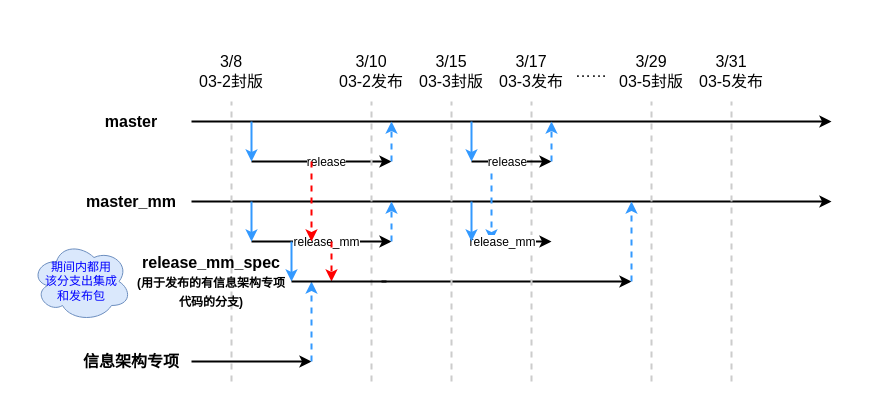
The draw.io diagram 信息架构分支发布.drawio in Cmdone/Draw.io, before the edit. Source tidied: cells renumbered, new cells numbered last; positions are measured from the earlier drawing's top-left corner, leaving out a move shared by most shapes. Both pictures are drawn from the tidied source at 100%, with x=0, y=0 at pixel (31, 41).
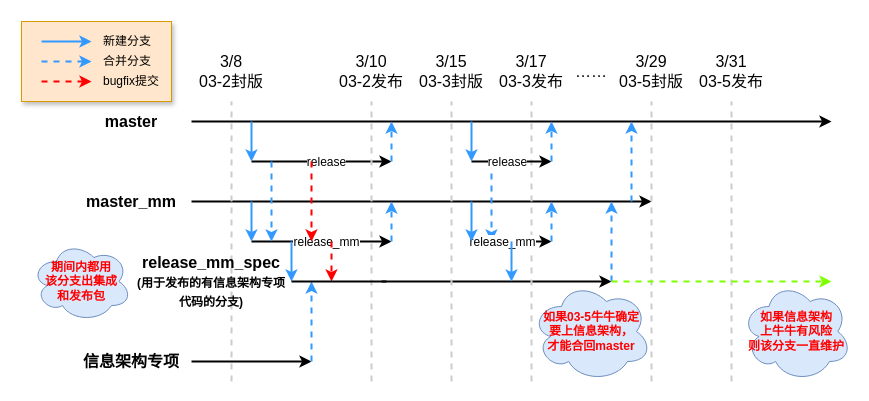
After the change.

Commit message:
Update 信息架构分支发布.drawio

Diff of the diagram source:
```diff
@@
+    <mxCell id="46" style="rounded=0;whiteSpace=wrap;html=1;fontSize=12;strokeColor=#d79b00;fillColor=#ffe6cc;shadow=1;" parent="1" vertex="1">
+      <mxGeometry x="-10" y="-20" width="150" height="80" as="geometry" />
+    </mxCell>
@@
     <mxCell id="4" style="endArrow=classic;html=1;rounded=0;strokeWidth=2;" parent="1" edge="1">
       <mxGeometry relative="1" as="geometry">
         <mxPoint x="160" y="160" as="sourcePoint" />
-        <mxPoint x="800" y="160" as="targetPoint" />
+        <mxPoint x="620" y="160" as="targetPoint" />
       </mxGeometry>
     </mxCell>
@@
     <mxCell id="17" style="endArrow=classic;html=1;rounded=0;strokeWidth=2;startArrow=none;" parent="1" edge="1">
       <mxGeometry relative="1" as="geometry">
         <mxPoint x="350" y="240" as="sourcePoint" />
-        <mxPoint x="600" y="240" as="targetPoint" />
+        <mxPoint x="580" y="240" as="targetPoint" />
       </mxGeometry>
     </mxCell>
@@
-    <mxCell id="32" value="期间内都用&lt;br&gt;该分支出集成&lt;br&gt;和发布包" style="ellipse;shape=cloud;whiteSpace=wrap;html=1;fontSize=12;fontStyle=0;fillColor=#dae8fc;strokeColor=#6c8ebf;fontColor=#0000FF;" parent="1" vertex="1">
+    <mxCell id="32" value="&lt;font color=&quot;#ff0000&quot;&gt;期间内都用&lt;br&gt;该分支出集成&lt;br&gt;和发布包&lt;/font&gt;" style="ellipse;shape=cloud;whiteSpace=wrap;html=1;fontSize=12;fontStyle=1;fillColor=#dae8fc;strokeColor=#6c8ebf;fontColor=#0000FF;" parent="1" vertex="1">
       <mxGeometry y="200" width="100" height="80" as="geometry" />
     </mxCell>
@@
     <mxCell id="39" style="endArrow=classic;html=1;rounded=0;strokeWidth=2;strokeColor=#3399FF;dashed=1;" parent="1" edge="1">
       <mxGeometry relative="1" as="geometry">
-        <mxPoint x="600" y="240" as="sourcePoint" />
-        <mxPoint x="600" y="160" as="targetPoint" />
+        <mxPoint x="580" y="240" as="sourcePoint" />
+        <mxPoint x="580" y="160" as="targetPoint" />
       </mxGeometry>
     </mxCell>
@@
+    <mxCell id="47" style="endArrow=classic;html=1;rounded=0;strokeWidth=2;strokeColor=#3399FF;dashed=1;" parent="1" edge="1">
+      <mxGeometry relative="1" as="geometry">
+        <mxPoint x="600" y="160" as="sourcePoint" />
+        <mxPoint x="600" y="80" as="targetPoint" />
+      </mxGeometry>
+    </mxCell>
+    <mxCell id="48" value="&lt;font color=&quot;#ff0000&quot;&gt;如果03-5牛牛确定&lt;br&gt;要上信息架构，&lt;br&gt;才能合回master&lt;/font&gt;" style="ellipse;shape=cloud;whiteSpace=wrap;html=1;fontSize=12;fontStyle=1;fillColor=#dae8fc;strokeColor=#6c8ebf;fontColor=#0000FF;" parent="1" vertex="1">
+      <mxGeometry x="500" y="240" width="120" height="100" as="geometry" />
+    </mxCell>
+    <mxCell id="49" style="endArrow=classic;html=1;rounded=0;strokeWidth=2;strokeColor=#80FF00;dashed=1;" parent="1" edge="1">
+      <mxGeometry relative="1" as="geometry">
+        <mxPoint x="580" y="240" as="sourcePoint" />
+        <mxPoint x="800" y="240" as="targetPoint" />
+      </mxGeometry>
+    </mxCell>
+    <mxCell id="50" value="&lt;font color=&quot;#ff0000&quot;&gt;如果信息架构&lt;br&gt;上牛牛有风险&lt;br&gt;则该分支一直维护&lt;br&gt;&lt;/font&gt;" style="ellipse;shape=cloud;whiteSpace=wrap;html=1;fontSize=12;fontStyle=1;fillColor=#dae8fc;strokeColor=#6c8ebf;fontColor=#0000FF;" parent="1" vertex="1">
+      <mxGeometry x="710" y="240" width="110" height="100" as="geometry" />
+    </mxCell>
+    <mxCell id="51" style="endArrow=classic;html=1;rounded=0;strokeWidth=2;strokeColor=#3399FF;" parent="1" edge="1">
+      <mxGeometry relative="1" as="geometry">
+        <mxPoint x="10" as="sourcePoint" />
+        <mxPoint x="60" as="targetPoint" />
+      </mxGeometry>
+    </mxCell>
+    <mxCell id="52" value="&lt;font style=&quot;font-size: 12px&quot;&gt;新建分支&lt;/font&gt;" style="text;html=1;strokeColor=none;fillColor=none;align=left;verticalAlign=middle;whiteSpace=wrap;rounded=0;fontSize=12;fontStyle=0;" parent="1" vertex="1">
+      <mxGeometry x="70" y="-10" width="90" height="20" as="geometry" />
+    </mxCell>
+    <mxCell id="53" value="&lt;font style=&quot;font-size: 12px&quot;&gt;合并分支&lt;/font&gt;" style="text;html=1;strokeColor=none;fillColor=none;align=left;verticalAlign=middle;whiteSpace=wrap;rounded=0;fontSize=12;fontStyle=0;" parent="1" vertex="1">
+      <mxGeometry x="70" y="10" width="90" height="20" as="geometry" />
+    </mxCell>
+    <mxCell id="54" value="bugfix提交" style="text;html=1;strokeColor=none;fillColor=none;align=left;verticalAlign=middle;whiteSpace=wrap;rounded=0;fontSize=12;fontStyle=0;" parent="1" vertex="1">
+      <mxGeometry x="70" y="30" width="90" height="20" as="geometry" />
+    </mxCell>
+    <mxCell id="55" style="endArrow=classic;html=1;rounded=0;strokeWidth=2;strokeColor=#3399FF;dashed=1;" parent="1" edge="1">
+      <mxGeometry relative="1" as="geometry">
+        <mxPoint x="520" y="200" as="sourcePoint" />
+        <mxPoint x="520" y="160" as="targetPoint" />
+      </mxGeometry>
+    </mxCell>
+    <mxCell id="56" style="endArrow=classic;html=1;rounded=0;strokeWidth=2;strokeColor=#3399FF;dashed=1;" parent="1" edge="1">
+      <mxGeometry relative="1" as="geometry">
+        <mxPoint x="240" y="120" as="sourcePoint" />
+        <mxPoint x="240" y="200" as="targetPoint" />
+      </mxGeometry>
+    </mxCell>
+    <mxCell id="57" style="endArrow=classic;html=1;rounded=0;strokeWidth=2;strokeColor=#3399FF;" parent="1" edge="1">
+      <mxGeometry relative="1" as="geometry">
+        <mxPoint x="480" y="200" as="sourcePoint" />
+        <mxPoint x="480" y="240" as="targetPoint" />
+      </mxGeometry>
+    </mxCell>
+    <mxCell id="58" style="endArrow=classic;html=1;rounded=0;strokeWidth=2;strokeColor=#3399FF;dashed=1;" parent="1" edge="1">
+      <mxGeometry relative="1" as="geometry">
+        <mxPoint x="10" y="20" as="sourcePoint" />
+        <mxPoint x="60" y="20" as="targetPoint" />
+      </mxGeometry>
+    </mxCell>
+    <mxCell id="59" style="endArrow=classic;html=1;rounded=0;strokeWidth=2;strokeColor=#FF0000;dashed=1;" parent="1" edge="1">
+      <mxGeometry relative="1" as="geometry">
+        <mxPoint x="10" y="40" as="sourcePoint" />
+        <mxPoint x="60" y="40" as="targetPoint" />
+      </mxGeometry>
+    </mxCell>
```
